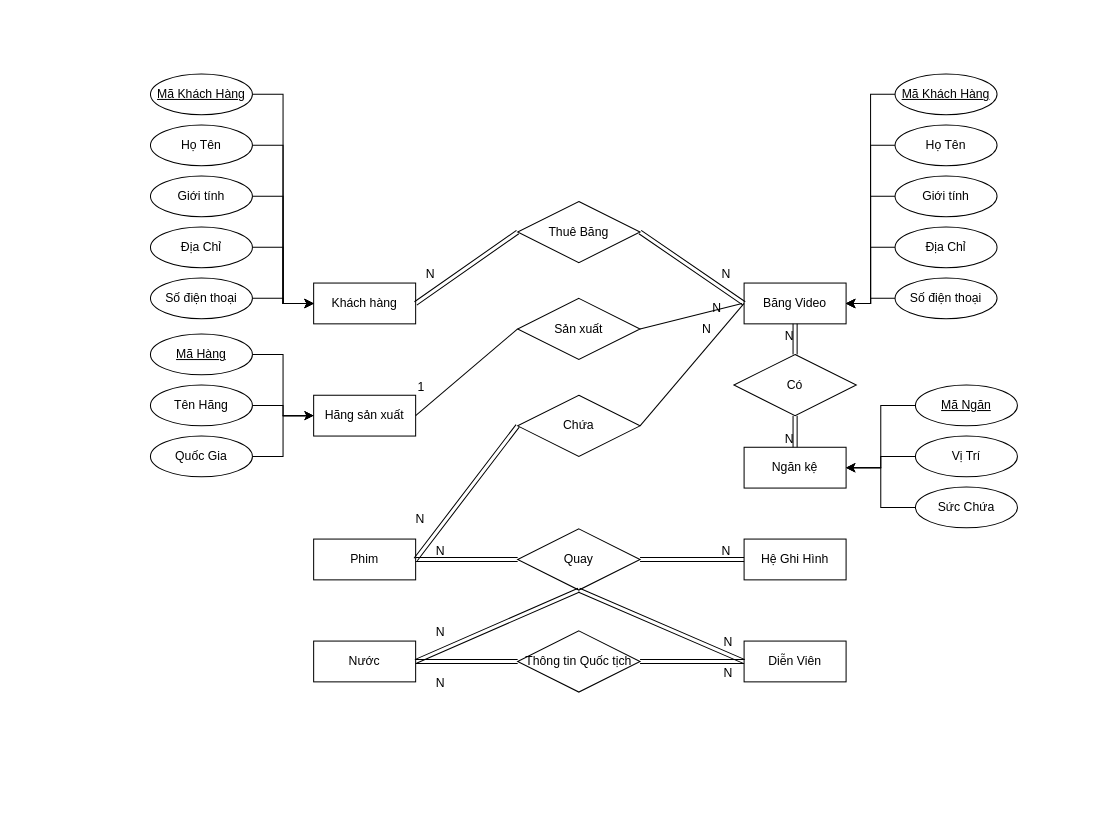
Before: DB_HW5_5.drawio in reality8080/DBHW5_5, a draw.io diagram. Source tidied: cells renumbered, new cells numbered last; positions are measured from the earlier drawing's top-left corner, leaving out a move shared by most shapes. Both pictures are drawn from the tidied source at 102%, with x=0, y=0 at pixel (150, 73).
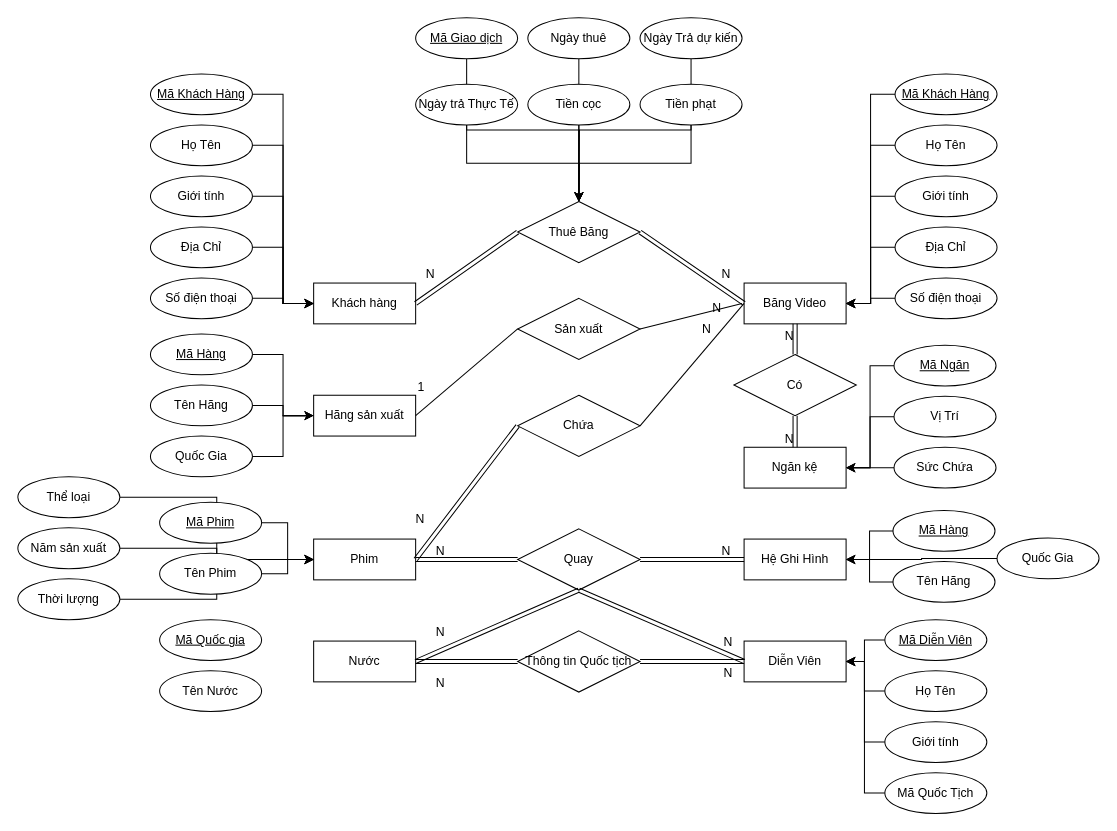
The same diagram, later.

The change refers to these unchanged cells:
```xml
<mxCell id="5" value="Phim" style="whiteSpace=wrap;html=1;align=center;" parent="1" vertex="1">
  <mxGeometry x="160" y="456" width="100" height="40" as="geometry" />
</mxCell>
<mxCell id="8" value="Diễn Viên" style="whiteSpace=wrap;html=1;align=center;" parent="1" vertex="1">
  <mxGeometry x="582" y="556" width="100" height="40" as="geometry" />
</mxCell>
<mxCell id="9" value="Hệ Ghi Hình" style="whiteSpace=wrap;html=1;align=center;" parent="1" vertex="1">
  <mxGeometry x="582" y="456" width="100" height="40" as="geometry" />
</mxCell>
<mxCell id="10" value="Thuê Băng" style="shape=rhombus;perimeter=rhombusPerimeter;whiteSpace=wrap;html=1;align=center;" parent="1" vertex="1">
  <mxGeometry x="360" y="125" width="120" height="60" as="geometry" />
</mxCell>
```

The edit, as a diff of the source:
```diff
@@
     <mxCell id="71" value="Mã Ngăn" style="ellipse;whiteSpace=wrap;html=1;align=center;fontStyle=4;" parent="1" vertex="1">
-      <mxGeometry x="750" y="305" width="100" height="40" as="geometry" />
+      <mxGeometry x="729" y="266" width="100" height="40" as="geometry" />
     </mxCell>
@@
     <mxCell id="73" value="Vị Trí" style="ellipse;whiteSpace=wrap;html=1;align=center;" parent="1" vertex="1">
-      <mxGeometry x="750" y="355" width="100" height="40" as="geometry" />
+      <mxGeometry x="729" y="316" width="100" height="40" as="geometry" />
     </mxCell>
@@
     <mxCell id="75" value="Sức Chứa" style="ellipse;whiteSpace=wrap;html=1;align=center;" parent="1" vertex="1">
-      <mxGeometry x="750" y="405" width="100" height="40" as="geometry" />
+      <mxGeometry x="729" y="366" width="100" height="40" as="geometry" />
     </mxCell>
+    <mxCell id="76" style="edgeStyle=orthogonalEdgeStyle;rounded=0;jettySize=auto;html=1;exitX=1;exitY=0.5;exitDx=0;exitDy=0;" parent="1" edge="1" source="85" target="5">
+      <mxGeometry relative="1" as="geometry" />
+    </mxCell>
+    <mxCell id="77" style="edgeStyle=orthogonalEdgeStyle;rounded=0;jettySize=auto;html=1;exitX=1;exitY=0.5;exitDx=0;exitDy=0;" parent="1" edge="1" source="84" target="5">
+      <mxGeometry relative="1" as="geometry" />
+    </mxCell>
+    <mxCell id="78" style="edgeStyle=orthogonalEdgeStyle;rounded=0;jettySize=auto;html=1;exitX=1;exitY=0.5;exitDx=0;exitDy=0;entryX=0;entryY=0.5;entryDx=0;entryDy=0;" parent="1" edge="1" source="79" target="5">
+      <mxGeometry relative="1" as="geometry" />
+    </mxCell>
+    <mxCell id="79" value="Thể loại" style="ellipse;whiteSpace=wrap;html=1;align=center;" parent="1" vertex="1">
+      <mxGeometry x="-130" y="395" width="100" height="40" as="geometry" />
+    </mxCell>
+    <mxCell id="80" style="edgeStyle=orthogonalEdgeStyle;rounded=0;jettySize=auto;html=1;exitX=1;exitY=0.5;exitDx=0;exitDy=0;" parent="1" edge="1" source="81" target="5">
+      <mxGeometry relative="1" as="geometry" />
+    </mxCell>
+    <mxCell id="81" value="Năm sản xuất" style="ellipse;whiteSpace=wrap;html=1;align=center;" parent="1" vertex="1">
+      <mxGeometry x="-130" y="445" width="100" height="40" as="geometry" />
+    </mxCell>
+    <mxCell id="82" style="edgeStyle=orthogonalEdgeStyle;rounded=0;jettySize=auto;html=1;exitX=1;exitY=0.5;exitDx=0;exitDy=0;" parent="1" edge="1" source="83" target="5">
+      <mxGeometry relative="1" as="geometry" />
+    </mxCell>
+    <mxCell id="83" value="Thời lượng" style="ellipse;whiteSpace=wrap;html=1;align=center;" parent="1" vertex="1">
+      <mxGeometry x="-130" y="495" width="100" height="40" as="geometry" />
+    </mxCell>
+    <mxCell id="84" value="Tên Phim" style="ellipse;whiteSpace=wrap;html=1;align=center;" parent="1" vertex="1">
+      <mxGeometry x="9" y="470" width="100" height="40" as="geometry" />
+    </mxCell>
+    <mxCell id="85" value="Mã Phim" style="ellipse;whiteSpace=wrap;html=1;align=center;fontStyle=4;" parent="1" vertex="1">
+      <mxGeometry x="9" y="420" width="100" height="40" as="geometry" />
+    </mxCell>
+    <mxCell id="86" style="edgeStyle=orthogonalEdgeStyle;rounded=0;jettySize=auto;html=1;exitX=0;exitY=0.5;exitDx=0;exitDy=0;entryX=1;entryY=0.5;entryDx=0;entryDy=0;" parent="1" edge="1" source="87" target="9">
+      <mxGeometry relative="1" as="geometry" />
+    </mxCell>
+    <mxCell id="87" value="Mã Hàng" style="ellipse;whiteSpace=wrap;html=1;align=center;fontStyle=4;" parent="1" vertex="1">
+      <mxGeometry x="728" y="428" width="100" height="40" as="geometry" />
+    </mxCell>
+    <mxCell id="88" style="edgeStyle=orthogonalEdgeStyle;rounded=0;jettySize=auto;html=1;exitX=0;exitY=0.5;exitDx=0;exitDy=0;entryX=1;entryY=0.5;entryDx=0;entryDy=0;" parent="1" edge="1" source="89" target="9">
+      <mxGeometry relative="1" as="geometry" />
+    </mxCell>
+    <mxCell id="89" value="Tên Hãng" style="ellipse;whiteSpace=wrap;html=1;align=center;" parent="1" vertex="1">
+      <mxGeometry x="728" y="478" width="100" height="40" as="geometry" />
+    </mxCell>
+    <mxCell id="90" style="edgeStyle=orthogonalEdgeStyle;rounded=0;jettySize=auto;html=1;exitX=0;exitY=0.5;exitDx=0;exitDy=0;" parent="1" edge="1" source="91" target="9">
+      <mxGeometry relative="1" as="geometry" />
+    </mxCell>
+    <mxCell id="91" value="Quốc Gia" style="ellipse;whiteSpace=wrap;html=1;align=center;" parent="1" vertex="1">
+      <mxGeometry x="830" y="455" width="100" height="40" as="geometry" />
+    </mxCell>
+    <mxCell id="92" value="Tên Nước" style="ellipse;whiteSpace=wrap;html=1;align=center;" parent="1" vertex="1">
+      <mxGeometry x="9" y="585" width="100" height="40" as="geometry" />
+    </mxCell>
+    <mxCell id="93" value="Mã Quốc gia" style="ellipse;whiteSpace=wrap;html=1;align=center;fontStyle=4;" parent="1" vertex="1">
+      <mxGeometry x="9" y="535" width="100" height="40" as="geometry" />
+    </mxCell>
+    <mxCell id="94" style="edgeStyle=orthogonalEdgeStyle;rounded=0;jettySize=auto;html=1;exitX=0;exitY=0.5;exitDx=0;exitDy=0;" parent="1" edge="1" source="95" target="8">
+      <mxGeometry relative="1" as="geometry" />
+    </mxCell>
+    <mxCell id="95" value="Mã Diễn Viên" style="ellipse;whiteSpace=wrap;html=1;align=center;fontStyle=4;" parent="1" vertex="1">
+      <mxGeometry x="720" y="535" width="100" height="40" as="geometry" />
+    </mxCell>
+    <mxCell id="96" style="edgeStyle=orthogonalEdgeStyle;rounded=0;jettySize=auto;html=1;exitX=0;exitY=0.5;exitDx=0;exitDy=0;entryX=1;entryY=0.5;entryDx=0;entryDy=0;" parent="1" edge="1" source="97" target="8">
+      <mxGeometry relative="1" as="geometry" />
+    </mxCell>
+    <mxCell id="97" value="Họ Tên" style="ellipse;whiteSpace=wrap;html=1;align=center;" parent="1" vertex="1">
+      <mxGeometry x="720" y="585" width="100" height="40" as="geometry" />
+    </mxCell>
+    <mxCell id="98" style="edgeStyle=orthogonalEdgeStyle;rounded=0;jettySize=auto;html=1;exitX=0;exitY=0.5;exitDx=0;exitDy=0;entryX=1;entryY=0.5;entryDx=0;entryDy=0;" parent="1" edge="1" source="99" target="8">
+      <mxGeometry relative="1" as="geometry">
+        <Array as="points">
+          <mxPoint x="700" y="655" />
+          <mxPoint x="700" y="576" />
+        </Array>
+      </mxGeometry>
+    </mxCell>
+    <mxCell id="99" value="Giới tính" style="ellipse;whiteSpace=wrap;html=1;align=center;" parent="1" vertex="1">
+      <mxGeometry x="720" y="635" width="100" height="40" as="geometry" />
+    </mxCell>
+    <mxCell id="100" style="edgeStyle=orthogonalEdgeStyle;rounded=0;jettySize=auto;html=1;exitX=0;exitY=0.5;exitDx=0;exitDy=0;entryX=1;entryY=0.5;entryDx=0;entryDy=0;" parent="1" edge="1" source="101" target="8">
+      <mxGeometry relative="1" as="geometry">
+        <Array as="points">
+          <mxPoint x="700" y="705" />
+          <mxPoint x="700" y="576" />
+        </Array>
+      </mxGeometry>
+    </mxCell>
+    <mxCell id="101" value="Mã Quốc Tịch" style="ellipse;whiteSpace=wrap;html=1;align=center;" parent="1" vertex="1">
+      <mxGeometry x="720" y="685" width="100" height="40" as="geometry" />
+    </mxCell>
+    <mxCell id="102" style="edgeStyle=orthogonalEdgeStyle;rounded=0;jettySize=auto;html=1;exitX=0.5;exitY=1;exitDx=0;exitDy=0;" parent="1" edge="1" source="103">
+      <mxGeometry relative="1" as="geometry">
+        <mxPoint x="420" y="125" as="targetPoint" />
+      </mxGeometry>
+    </mxCell>
+    <mxCell id="103" value="Ngày Trả dự kiến" style="ellipse;whiteSpace=wrap;html=1;align=center;" parent="1" vertex="1">
+      <mxGeometry x="480" y="-55" width="100" height="40" as="geometry" />
+    </mxCell>
+    <mxCell id="104" style="edgeStyle=orthogonalEdgeStyle;rounded=0;jettySize=auto;html=1;exitX=0.5;exitY=1;exitDx=0;exitDy=0;entryX=0.5;entryY=0;entryDx=0;entryDy=0;" parent="1" edge="1" source="105" target="10">
+      <mxGeometry relative="1" as="geometry" />
+    </mxCell>
+    <mxCell id="105" value="Ngày thuê" style="ellipse;whiteSpace=wrap;html=1;align=center;" parent="1" vertex="1">
+      <mxGeometry x="370" y="-55" width="100" height="40" as="geometry" />
+    </mxCell>
+    <mxCell id="106" style="edgeStyle=orthogonalEdgeStyle;rounded=0;jettySize=auto;html=1;exitX=0.5;exitY=1;exitDx=0;exitDy=0;entryX=0.5;entryY=0;entryDx=0;entryDy=0;" parent="1" edge="1" source="107" target="10">
+      <mxGeometry relative="1" as="geometry" />
+    </mxCell>
+    <mxCell id="107" value="Mã Giao dịch" style="ellipse;whiteSpace=wrap;html=1;align=center;fontStyle=4;" parent="1" vertex="1">
+      <mxGeometry x="260" y="-55" width="100" height="40" as="geometry" />
+    </mxCell>
+    <mxCell id="108" style="edgeStyle=orthogonalEdgeStyle;rounded=0;jettySize=auto;html=1;exitX=0.5;exitY=1;exitDx=0;exitDy=0;" parent="1" edge="1" source="109" target="10">
+      <mxGeometry relative="1" as="geometry" />
+    </mxCell>
+    <mxCell id="109" value="Tiền cọc" style="ellipse;whiteSpace=wrap;html=1;align=center;" parent="1" vertex="1">
+      <mxGeometry x="370" y="10" width="100" height="40" as="geometry" />
+    </mxCell>
+    <mxCell id="110" style="edgeStyle=orthogonalEdgeStyle;rounded=0;jettySize=auto;html=1;exitX=0.5;exitY=1;exitDx=0;exitDy=0;" parent="1" edge="1" source="111">
+      <mxGeometry relative="1" as="geometry">
+        <mxPoint x="420" y="125" as="targetPoint" />
+      </mxGeometry>
+    </mxCell>
+    <mxCell id="111" value="Ngày trả Thực Tế" style="ellipse;whiteSpace=wrap;html=1;align=center;" parent="1" vertex="1">
+      <mxGeometry x="260" y="10" width="100" height="40" as="geometry" />
+    </mxCell>
+    <mxCell id="112" style="edgeStyle=orthogonalEdgeStyle;rounded=0;jettySize=auto;html=1;exitX=0.5;exitY=1;exitDx=0;exitDy=0;" parent="1" edge="1" source="113" target="10">
+      <mxGeometry relative="1" as="geometry" />
+    </mxCell>
+    <mxCell id="113" value="Tiền phạt" style="ellipse;whiteSpace=wrap;html=1;align=center;" parent="1" vertex="1">
+      <mxGeometry x="480" y="10" width="100" height="40" as="geometry" />
+    </mxCell>
```
